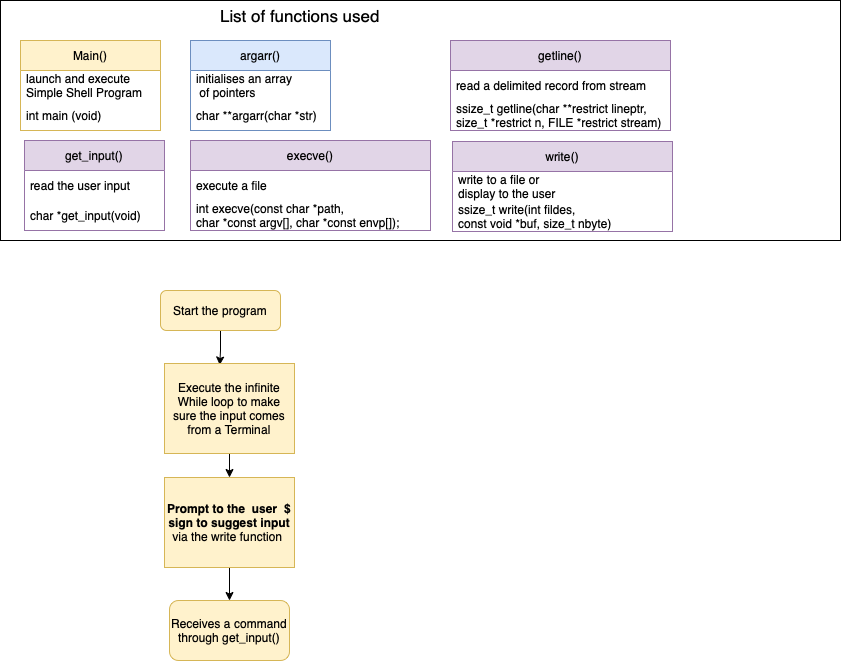
The draw.io diagram Simple_shell.drawio.png in RainInApril/holbertonschool-simple_shell, before a commit. Source tidied: cells renumbered, new cells last; positions are measured from the earlier drawing's top-left corner, leaving out a move shared by most shapes.
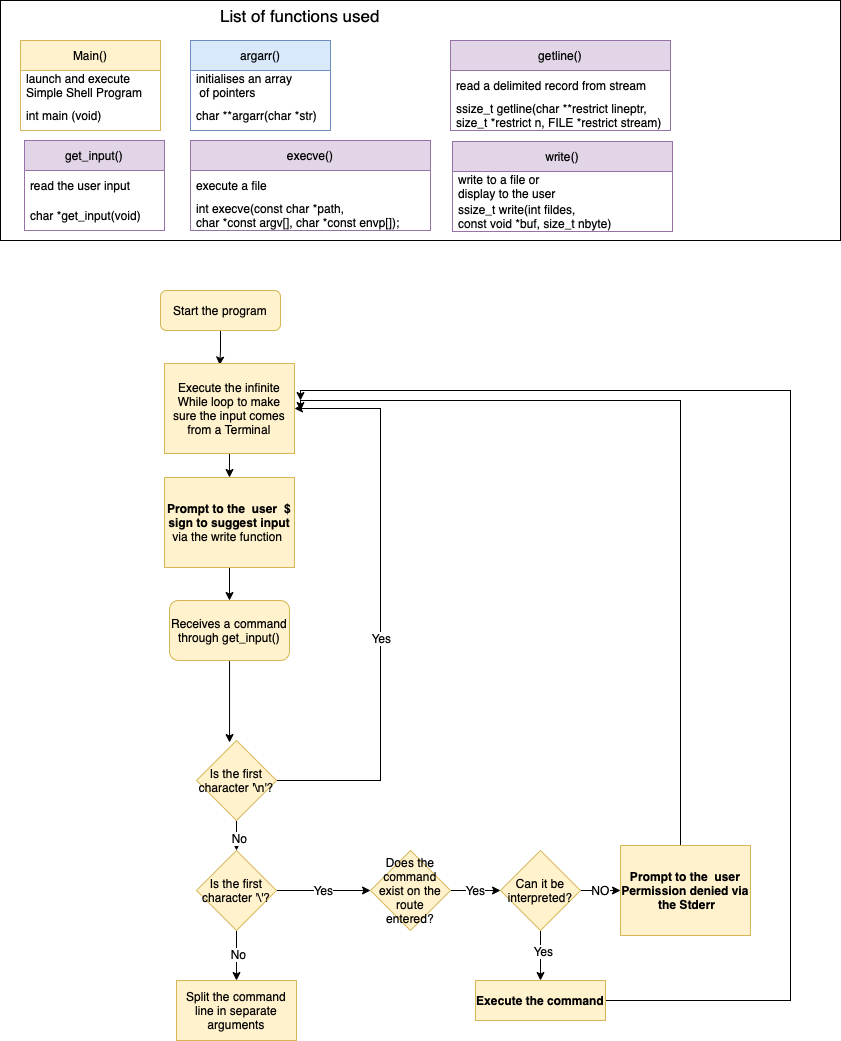
After the commit.

Commit message:
argv(0) analysis

What changed in the source:
```diff
@@ -44,6 +44,9 @@
     <mxCell id="15" value="List of functions used" style="text;html=1;strokeColor=none;fillColor=none;align=center;verticalAlign=middle;whiteSpace=wrap;rounded=0;fontSize=17;" parent="1" vertex="1">
       <mxGeometry x="150" width="300" height="30" as="geometry" />
     </mxCell>
+    <mxCell id="29" style="edgeStyle=orthogonalEdgeStyle;rounded=0;jettySize=auto;html=1;entryX=0.413;entryY=0.025;entryDx=0;entryDy=0;entryPerimeter=0;fontFamily=Helvetica;fontSize=12;" parent="1" edge="1" source="16" target="34">
+      <mxGeometry relative="1" as="geometry" />
+    </mxCell>
     <mxCell id="16" value="Receives a command through get_input()" style="rounded=1;whiteSpace=wrap;html=1;fontSize=12;fillColor=#fff2cc;strokeColor=#d6b656;" parent="1" vertex="1">
       <mxGeometry x="169" y="600" width="120" height="60" as="geometry" />
     </mxCell>
@@ -83,5 +86,83 @@
     <mxCell id="28" value="ssize_t write(int fildes, &#10;const void *buf, size_t nbyte)" style="text;strokeColor=none;fillColor=none;align=left;verticalAlign=middle;spacingLeft=4;spacingRight=4;overflow=hidden;fontFamily=Helvetica;fontSize=12;" parent="26" vertex="1">
       <mxGeometry y="60" width="220" height="30" as="geometry" />
     </mxCell>
+    <mxCell id="30" style="edgeStyle=orthogonalEdgeStyle;rounded=0;jettySize=auto;html=1;entryX=1;entryY=0.5;entryDx=0;entryDy=0;fontFamily=Helvetica;fontSize=12;exitX=1;exitY=0.5;exitDx=0;exitDy=0;" parent="1" edge="1" source="34" target="9">
+      <mxGeometry relative="1" as="geometry">
+        <Array as="points">
+          <mxPoint x="380" y="780" />
+          <mxPoint x="380" y="408" />
+        </Array>
+      </mxGeometry>
+    </mxCell>
+    <mxCell id="31" value="Yes" style="edgeLabel;html=1;align=center;verticalAlign=middle;fontSize=12;fontFamily=Helvetica;" parent="30" vertex="1">
+      <mxGeometry x="-0.12" relative="1" as="geometry" />
+    </mxCell>
+    <mxCell id="32" style="edgeStyle=orthogonalEdgeStyle;rounded=0;jettySize=auto;html=1;entryX=0.5;entryY=0;entryDx=0;entryDy=0;fontFamily=Helvetica;fontSize=12;" parent="1" edge="1" source="34" target="38">
+      <mxGeometry relative="1" as="geometry" />
+    </mxCell>
+    <mxCell id="33" value="No" style="edgeLabel;html=1;align=center;verticalAlign=middle;fontSize=12;fontFamily=Helvetica;" parent="32" vertex="1">
+      <mxGeometry x="0.48" y="2" relative="1" as="geometry" />
+    </mxCell>
+    <mxCell id="34" value="Is the first character '\n'?" style="rhombus;whiteSpace=wrap;html=1;fontFamily=Helvetica;fontSize=12;fillColor=#fff2cc;strokeColor=#d6b656;" parent="1" vertex="1">
+      <mxGeometry x="196" y="740" width="80" height="80" as="geometry" />
+    </mxCell>
+    <mxCell id="35" value="Yes" style="edgeStyle=orthogonalEdgeStyle;rounded=0;jettySize=auto;html=1;entryX=0;entryY=0.5;entryDx=0;entryDy=0;fontFamily=Helvetica;fontSize=12;" parent="1" edge="1" source="38" target="40">
+      <mxGeometry relative="1" as="geometry" />
+    </mxCell>
+    <mxCell id="36" style="edgeStyle=orthogonalEdgeStyle;rounded=0;jettySize=auto;html=1;fontFamily=Helvetica;fontSize=12;" parent="1" edge="1" source="38" target="41">
+      <mxGeometry relative="1" as="geometry" />
+    </mxCell>
+    <mxCell id="37" value="No" style="edgeLabel;html=1;align=center;verticalAlign=middle;fontSize=12;fontFamily=Helvetica;" parent="36" vertex="1">
+      <mxGeometry x="-0.08" y="1" relative="1" as="geometry" />
+    </mxCell>
+    <mxCell id="38" value="Is the first character '\'?" style="rhombus;whiteSpace=wrap;html=1;fontFamily=Helvetica;fontSize=12;fillColor=#fff2cc;strokeColor=#d6b656;" parent="1" vertex="1">
+      <mxGeometry x="196" y="850" width="80" height="80" as="geometry" />
+    </mxCell>
+    <mxCell id="39" value="Yes" style="edgeStyle=orthogonalEdgeStyle;rounded=0;jettySize=auto;html=1;fontFamily=Helvetica;fontSize=12;" parent="1" edge="1" source="40" target="45">
+      <mxGeometry relative="1" as="geometry" />
+    </mxCell>
+    <mxCell id="40" value="Does the command exist on the route entered?" style="rhombus;whiteSpace=wrap;html=1;fontFamily=Helvetica;fontSize=12;fillColor=#fff2cc;strokeColor=#d6b656;" parent="1" vertex="1">
+      <mxGeometry x="370" y="850" width="80" height="80" as="geometry" />
+    </mxCell>
+    <mxCell id="41" value="Split the command line in separate arguments" style="rounded=0;whiteSpace=wrap;html=1;fontFamily=Helvetica;fontSize=12;fillColor=#fff2cc;strokeColor=#d6b656;" parent="1" vertex="1">
+      <mxGeometry x="176" y="980" width="120" height="60" as="geometry" />
+    </mxCell>
+    <mxCell id="42" value="NO" style="edgeStyle=orthogonalEdgeStyle;rounded=0;jettySize=auto;html=1;fontFamily=Helvetica;fontSize=12;" parent="1" edge="1" source="45" target="47">
+      <mxGeometry relative="1" as="geometry" />
+    </mxCell>
+    <mxCell id="43" style="edgeStyle=orthogonalEdgeStyle;rounded=0;jettySize=auto;html=1;exitX=0.5;exitY=1;exitDx=0;exitDy=0;entryX=0.5;entryY=0;entryDx=0;entryDy=0;fontFamily=Helvetica;fontSize=12;" parent="1" edge="1" source="45" target="49">
+      <mxGeometry relative="1" as="geometry" />
+    </mxCell>
+    <mxCell id="44" value="Yes" style="edgeLabel;html=1;align=center;verticalAlign=middle;fontSize=12;fontFamily=Helvetica;" parent="43" vertex="1">
+      <mxGeometry x="-0.2" y="2" relative="1" as="geometry" />
+    </mxCell>
+    <mxCell id="45" value="Can it be interpreted?" style="rhombus;whiteSpace=wrap;html=1;fontFamily=Helvetica;fontSize=12;fillColor=#fff2cc;strokeColor=#d6b656;" parent="1" vertex="1">
+      <mxGeometry x="500" y="850" width="80" height="80" as="geometry" />
+    </mxCell>
+    <mxCell id="46" style="edgeStyle=orthogonalEdgeStyle;rounded=0;jettySize=auto;html=1;fontFamily=Helvetica;fontSize=12;" parent="1" edge="1" source="47">
+      <mxGeometry relative="1" as="geometry">
+        <mxPoint x="300" y="410" as="targetPoint" />
+        <Array as="points">
+          <mxPoint x="680" y="400" />
+          <mxPoint x="300" y="400" />
+        </Array>
+      </mxGeometry>
+    </mxCell>
+    <mxCell id="47" value="&lt;b&gt;Prompt to the &amp;nbsp;user Permission denied via &amp;nbsp;the Stderr&lt;/b&gt;" style="rounded=0;whiteSpace=wrap;html=1;fillColor=#fff2cc;strokeColor=#d6b656;" parent="1" vertex="1">
+      <mxGeometry x="620" y="845" width="130" height="90" as="geometry" />
+    </mxCell>
+    <mxCell id="48" style="edgeStyle=orthogonalEdgeStyle;rounded=0;jettySize=auto;html=1;fontFamily=Helvetica;fontSize=12;" parent="1" edge="1" source="49">
+      <mxGeometry relative="1" as="geometry">
+        <mxPoint x="300" y="400" as="targetPoint" />
+        <Array as="points">
+          <mxPoint x="790" y="1000" />
+          <mxPoint x="790" y="390" />
+          <mxPoint x="300" y="390" />
+        </Array>
+      </mxGeometry>
+    </mxCell>
+    <mxCell id="49" value="&lt;b&gt;Execute the command&lt;/b&gt;" style="rounded=0;whiteSpace=wrap;html=1;fillColor=#fff2cc;strokeColor=#d6b656;" parent="1" vertex="1">
+      <mxGeometry x="475" y="980" width="130" height="40" as="geometry" />
+    </mxCell>
   </root>
 </mxGraphModel>
```
